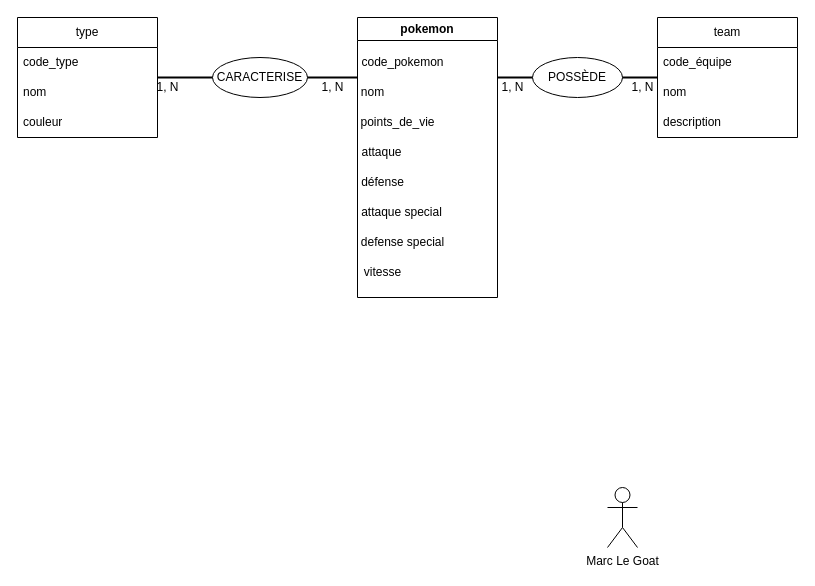
The draw.io diagram mcd.drawio in LouisAntoninLesieur/backend-revision, before the edit. Source tidied: cells renumbered, new cells numbered last; positions are measured from the earlier drawing's top-left corner, leaving out a move shared by most shapes. Both pictures are drawn from the tidied source at 100%, with x=0, y=0 at pixel (17, 17).
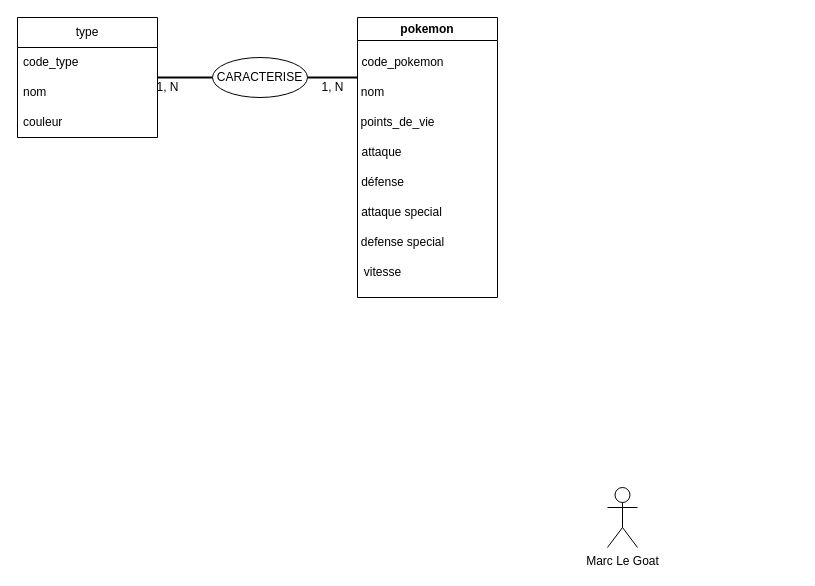
Above is the later version.

Change to the diagram source:
```diff
@@
-    <mxCell id="6" value="team" style="swimlane;fontStyle=0;horizontal=1;startSize=30;whiteSpace=wrap;html=1;" parent="1" vertex="1">
-      <mxGeometry x="640" width="140" height="120" as="geometry" />
-    </mxCell>
-    <mxCell id="7" value="code_équipe" style="text;strokeColor=none;fillColor=none;align=left;verticalAlign=middle;spacingLeft=4;spacingRight=4;overflow=hidden;whiteSpace=wrap;html=1;" parent="6" vertex="1">
-      <mxGeometry y="30" width="140" height="30" as="geometry" />
-    </mxCell>
-    <mxCell id="8" value="nom" style="text;strokeColor=none;fillColor=none;align=left;verticalAlign=middle;spacingLeft=4;spacingRight=4;overflow=hidden;whiteSpace=wrap;html=1;" parent="6" vertex="1">
-      <mxGeometry y="60" width="140" height="30" as="geometry" />
-    </mxCell>
-    <mxCell id="9" value="description" style="text;strokeColor=none;fillColor=none;align=left;verticalAlign=middle;spacingLeft=4;spacingRight=4;overflow=hidden;whiteSpace=wrap;html=1;" parent="6" vertex="1">
-      <mxGeometry y="90" width="140" height="30" as="geometry" />
-    </mxCell>
-    <mxCell id="10" style="line;strokeWidth=2;html=1;" parent="1" vertex="1">
-      <mxGeometry x="480" y="55" width="160" height="10" as="geometry" />
-    </mxCell>
-    <mxCell id="11" value="POSSÈDE" style="ellipse;whiteSpace=wrap;html=1;" parent="1" vertex="1">
-      <mxGeometry x="515" y="40" width="90" height="40" as="geometry" />
-    </mxCell>
@@
-    <mxCell id="26" value="1, N" style="text;html=1;align=center;verticalAlign=middle;strokeColor=none;fillColor=none;" parent="1" vertex="1">
-      <mxGeometry x="470" y="55" width="50" height="30" as="geometry" />
-    </mxCell>
-    <mxCell id="27" value="1, N" style="text;html=1;align=center;verticalAlign=middle;strokeColor=none;fillColor=none;" parent="1" vertex="1">
-      <mxGeometry x="600" y="55" width="50" height="30" as="geometry" />
-    </mxCell>
```
